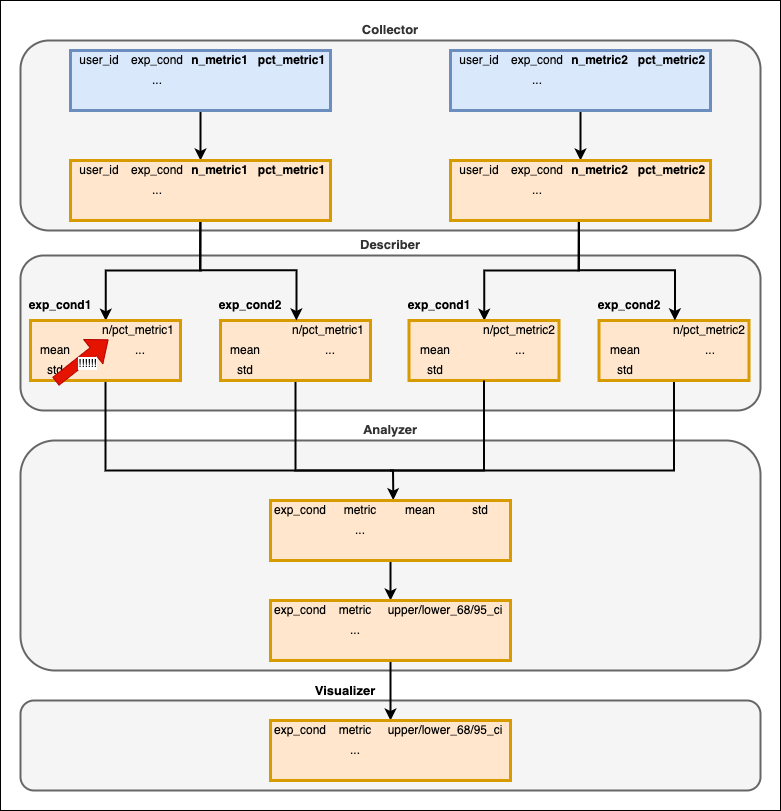
Above: images/data_arch.drawio.png in kylekovac/abautomator-swipe (draw.io), before the change. Source tidied: cells renumbered, new cells last; positions are measured from the earlier drawing's top-left corner, leaving out a move shared by most shapes.
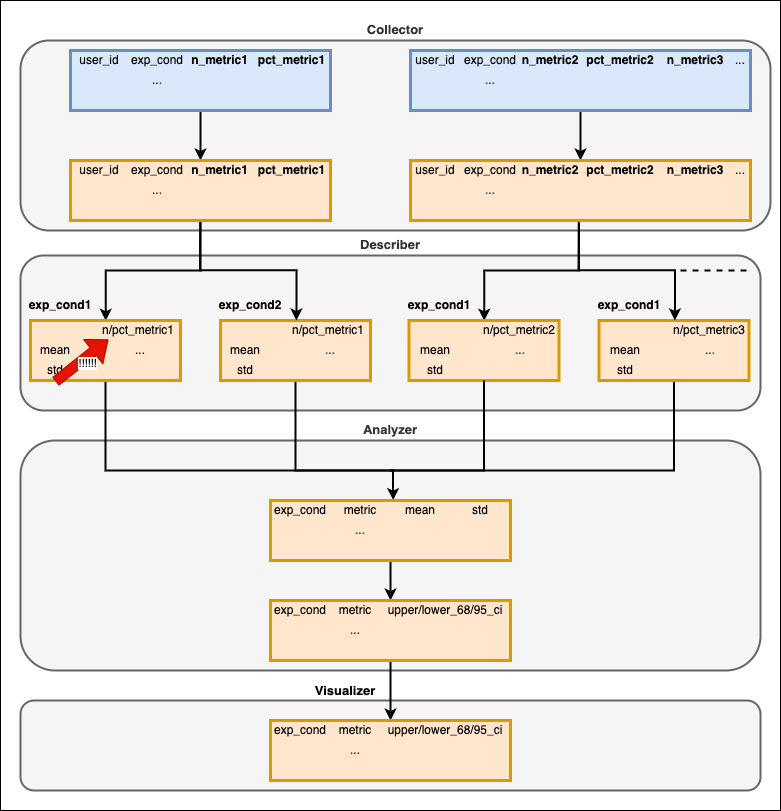
Above is the later version.

What changed in the source:
```diff
@@ -15,7 +15,7 @@
       <mxGeometry x="20" y="255" width="740" height="155" as="geometry" />
     </mxCell>
     <mxCell id="6" value="&lt;b&gt;&lt;font style=&quot;font-size: 13px&quot;&gt;Collector&lt;/font&gt;&lt;/b&gt;" style="rounded=1;whiteSpace=wrap;html=1;strokeColor=#666666;strokeWidth=2;labelPosition=center;verticalLabelPosition=top;align=center;verticalAlign=bottom;fillColor=#f5f5f5;fontColor=#333333;" parent="1" vertex="1">
-      <mxGeometry x="20" y="40" width="740" height="190" as="geometry" />
+      <mxGeometry x="20" y="40" width="750" height="190" as="geometry" />
     </mxCell>
     <mxCell id="7" style="edgeStyle=orthogonalEdgeStyle;rounded=0;jettySize=auto;html=1;entryX=0.502;entryY=0.012;entryDx=0;entryDy=0;entryPerimeter=0;strokeWidth=2;" parent="1" edge="1" target="10">
       <mxGeometry relative="1" as="geometry">
@@ -253,7 +253,7 @@
     <mxCell id="77" style="shape=partialRectangle;html=1;whiteSpace=wrap;fillColor=none;top=0;left=0;bottom=0;right=0;overflow=hidden;" parent="75" vertex="1">
       <mxGeometry x="52" width="20" height="20" as="geometry" />
     </mxCell>
-    <mxCell id="78" value="n/pct_metric2" style="shape=partialRectangle;html=1;whiteSpace=wrap;fillColor=none;top=0;left=0;bottom=0;right=0;overflow=hidden;align=left;" parent="75" vertex="1">
+    <mxCell id="78" value="n/pct_metric3" style="shape=partialRectangle;html=1;whiteSpace=wrap;fillColor=none;top=0;left=0;bottom=0;right=0;overflow=hidden;align=left;" parent="75" vertex="1">
       <mxGeometry x="72" width="78" height="20" as="geometry" />
     </mxCell>
     <mxCell id="79" style="shape=partialRectangle;html=1;whiteSpace=wrap;fillColor=none;top=0;left=0;bottom=0;right=0;" parent="74" vertex="1">
@@ -280,7 +280,7 @@
     <mxCell id="86" style="shape=partialRectangle;html=1;whiteSpace=wrap;fillColor=none;top=0;left=0;bottom=0;right=0;overflow=hidden;" parent="83" vertex="1">
       <mxGeometry x="72" width="78" height="20" as="geometry" />
     </mxCell>
-    <mxCell id="87" value="&lt;b&gt;exp_cond2&lt;/b&gt;" style="text;html=1;strokeColor=none;fillColor=none;align=center;verticalAlign=middle;whiteSpace=wrap;rounded=0;" parent="1" vertex="1">
+    <mxCell id="87" value="&lt;b&gt;exp_cond1&lt;/b&gt;" style="text;html=1;strokeColor=none;fillColor=none;align=center;verticalAlign=middle;whiteSpace=wrap;rounded=0;" parent="1" vertex="1">
       <mxGeometry x="598.5" y="290" width="60" height="30" as="geometry" />
     </mxCell>
     <mxCell id="88" style="edgeStyle=orthogonalEdgeStyle;rounded=0;jettySize=auto;html=1;entryX=0.506;entryY=-0.003;entryDx=0;entryDy=0;entryPerimeter=0;exitX=0.498;exitY=0.981;exitDx=0;exitDy=0;exitPerimeter=0;strokeWidth=2;" parent="1" edge="1" target="75">
@@ -441,105 +441,75 @@
     <mxCell id="137" style="shape=partialRectangle;html=1;whiteSpace=wrap;fillColor=none;top=0;left=0;bottom=0;right=0;overflow=hidden;" parent="133" vertex="1">
       <mxGeometry x="183" width="77" height="20" as="geometry" />
     </mxCell>
-    <mxCell id="138" style="edgeStyle=orthogonalEdgeStyle;rounded=0;jettySize=auto;html=1;strokeWidth=2;" parent="1" edge="1" source="139" target="155">
-      <mxGeometry relative="1" as="geometry" />
-    </mxCell>
+    <mxCell id="184" style="edgeStyle=orthogonalEdgeStyle;rounded=0;jettySize=auto;html=1;strokeWidth=2;" parent="1" edge="1" source="139" target="191">
+      <mxGeometry relative="1" as="geometry" />
+    </mxCell>
     <mxCell id="139" style="shape=table;html=1;whiteSpace=wrap;startSize=0;columnLines=0;rowLines=0;strokeWidth=3;fillColor=#dae8fc;strokeColor=#6c8ebf;" parent="1" vertex="1">
-      <mxGeometry x="450" y="50" width="260" height="60" as="geometry" />
+      <mxGeometry x="410" y="50" width="340" height="60" as="geometry" />
     </mxCell>
     <mxCell id="140" style="shape=partialRectangle;html=1;whiteSpace=wrap;fillColor=none;top=0;left=0;bottom=0;right=0;" parent="139" vertex="1">
-      <mxGeometry width="260" height="20" as="geometry" />
+      <mxGeometry width="340" height="20" as="geometry" />
     </mxCell>
     <mxCell id="141" value="user_id" style="shape=partialRectangle;html=1;whiteSpace=wrap;fillColor=none;top=0;left=0;bottom=0;right=0;overflow=hidden;" parent="140" vertex="1">
-      <mxGeometry width="58" height="20" as="geometry" />
+      <mxGeometry width="50" height="20" as="geometry" />
     </mxCell>
     <mxCell id="142" value="exp_cond" style="shape=partialRectangle;html=1;whiteSpace=wrap;fillColor=none;top=0;left=0;bottom=0;right=0;overflow=hidden;" parent="140" vertex="1">
-      <mxGeometry x="58" width="58" height="20" as="geometry" />
+      <mxGeometry x="50" width="60" height="20" as="geometry" />
     </mxCell>
     <mxCell id="143" value="&lt;b&gt;n_metric2&lt;/b&gt;" style="shape=partialRectangle;html=1;whiteSpace=wrap;fillColor=none;top=0;left=0;bottom=0;right=0;overflow=hidden;" parent="140" vertex="1">
-      <mxGeometry x="116" width="67" height="20" as="geometry" />
+      <mxGeometry x="110" width="60" height="20" as="geometry" />
     </mxCell>
     <mxCell id="144" value="&lt;b&gt;pct_metric2&lt;/b&gt;" style="shape=partialRectangle;html=1;whiteSpace=wrap;fillColor=none;top=0;left=0;bottom=0;right=0;overflow=hidden;" parent="140" vertex="1">
-      <mxGeometry x="183" width="77" height="20" as="geometry" />
+      <mxGeometry x="170" width="80" height="20" as="geometry" />
     </mxCell>
+    <mxCell id="185" value="&lt;b&gt;n_metric3&lt;/b&gt;" style="shape=partialRectangle;html=1;whiteSpace=wrap;fillColor=none;top=0;left=0;bottom=0;right=0;overflow=hidden;" parent="140" vertex="1">
+      <mxGeometry x="250" width="70" height="20" as="geometry" />
+    </mxCell>
+    <mxCell id="186" value="..." style="shape=partialRectangle;html=1;whiteSpace=wrap;fillColor=none;top=0;left=0;bottom=0;right=0;overflow=hidden;" parent="140" vertex="1">
+      <mxGeometry x="320" width="20" height="20" as="geometry" />
+    </mxCell>
     <mxCell id="145" style="shape=partialRectangle;html=1;whiteSpace=wrap;fillColor=none;top=0;left=0;bottom=0;right=0;" parent="139" vertex="1">
-      <mxGeometry y="20" width="260" height="20" as="geometry" />
+      <mxGeometry y="20" width="340" height="20" as="geometry" />
     </mxCell>
     <mxCell id="146" style="shape=partialRectangle;html=1;whiteSpace=wrap;fillColor=none;top=0;left=0;bottom=0;right=0;overflow=hidden;" parent="145" vertex="1">
-      <mxGeometry width="58" height="20" as="geometry" />
+      <mxGeometry width="50" height="20" as="geometry" />
     </mxCell>
     <mxCell id="147" value="..." style="shape=partialRectangle;html=1;whiteSpace=wrap;fillColor=none;top=0;left=0;bottom=0;right=0;overflow=hidden;strokeWidth=3;" parent="145" vertex="1">
-      <mxGeometry x="58" width="58" height="20" as="geometry" />
+      <mxGeometry x="50" width="60" height="20" as="geometry" />
     </mxCell>
     <mxCell id="148" style="shape=partialRectangle;html=1;whiteSpace=wrap;fillColor=none;top=0;left=0;bottom=0;right=0;overflow=hidden;" parent="145" vertex="1">
-      <mxGeometry x="116" width="67" height="20" as="geometry" />
+      <mxGeometry x="110" width="60" height="20" as="geometry" />
     </mxCell>
     <mxCell id="149" style="shape=partialRectangle;html=1;whiteSpace=wrap;fillColor=none;top=0;left=0;bottom=0;right=0;overflow=hidden;" parent="145" vertex="1">
-      <mxGeometry x="183" width="77" height="20" as="geometry" />
+      <mxGeometry x="170" width="80" height="20" as="geometry" />
     </mxCell>
+    <mxCell id="187" style="shape=partialRectangle;html=1;whiteSpace=wrap;fillColor=none;top=0;left=0;bottom=0;right=0;overflow=hidden;" parent="145" vertex="1">
+      <mxGeometry x="250" width="70" height="20" as="geometry" />
+    </mxCell>
+    <mxCell id="188" style="shape=partialRectangle;html=1;whiteSpace=wrap;fillColor=none;top=0;left=0;bottom=0;right=0;overflow=hidden;" parent="145" vertex="1">
+      <mxGeometry x="320" width="20" height="20" as="geometry" />
+    </mxCell>
     <mxCell id="150" style="shape=partialRectangle;html=1;whiteSpace=wrap;fillColor=none;top=0;left=0;bottom=0;right=0;" parent="139" vertex="1">
-      <mxGeometry y="40" width="260" height="20" as="geometry" />
+      <mxGeometry y="40" width="340" height="20" as="geometry" />
     </mxCell>
     <mxCell id="151" style="shape=partialRectangle;html=1;whiteSpace=wrap;fillColor=none;top=0;left=0;bottom=0;right=0;overflow=hidden;" parent="150" vertex="1">
-      <mxGeometry width="58" height="20" as="geometry" />
+      <mxGeometry width="50" height="20" as="geometry" />
     </mxCell>
     <mxCell id="152" style="shape=partialRectangle;html=1;whiteSpace=wrap;fillColor=none;top=0;left=0;bottom=0;right=0;overflow=hidden;" parent="150" vertex="1">
-      <mxGeometry x="58" width="58" height="20" as="geometry" />
+      <mxGeometry x="50" width="60" height="20" as="geometry" />
     </mxCell>
     <mxCell id="153" style="shape=partialRectangle;html=1;whiteSpace=wrap;fillColor=none;top=0;left=0;bottom=0;right=0;overflow=hidden;" parent="150" vertex="1">
-      <mxGeometry x="116" width="67" height="20" as="geometry" />
+      <mxGeometry x="110" width="60" height="20" as="geometry" />
     </mxCell>
     <mxCell id="154" style="shape=partialRectangle;html=1;whiteSpace=wrap;fillColor=none;top=0;left=0;bottom=0;right=0;overflow=hidden;" parent="150" vertex="1">
-      <mxGeometry x="183" width="77" height="20" as="geometry" />
+      <mxGeometry x="170" width="80" height="20" as="geometry" />
     </mxCell>
-    <mxCell id="155" style="shape=table;html=1;whiteSpace=wrap;startSize=0;columnLines=0;rowLines=0;strokeWidth=3;fillColor=#ffe6cc;strokeColor=#d79b00;" parent="1" vertex="1">
-      <mxGeometry x="450" y="160" width="260" height="60" as="geometry" />
-    </mxCell>
-    <mxCell id="156" style="shape=partialRectangle;html=1;whiteSpace=wrap;fillColor=none;top=0;left=0;bottom=0;right=0;" parent="155" vertex="1">
-      <mxGeometry width="260" height="20" as="geometry" />
-    </mxCell>
-    <mxCell id="157" value="user_id" style="shape=partialRectangle;html=1;whiteSpace=wrap;fillColor=none;top=0;left=0;bottom=0;right=0;overflow=hidden;" parent="156" vertex="1">
-      <mxGeometry width="58" height="20" as="geometry" />
-    </mxCell>
-    <mxCell id="158" value="exp_cond" style="shape=partialRectangle;html=1;whiteSpace=wrap;fillColor=none;top=0;left=0;bottom=0;right=0;overflow=hidden;" parent="156" vertex="1">
-      <mxGeometry x="58" width="58" height="20" as="geometry" />
-    </mxCell>
-    <mxCell id="159" value="&lt;b&gt;n_metric2&lt;/b&gt;" style="shape=partialRectangle;html=1;whiteSpace=wrap;fillColor=none;top=0;left=0;bottom=0;right=0;overflow=hidden;" parent="156" vertex="1">
-      <mxGeometry x="116" width="67" height="20" as="geometry" />
-    </mxCell>
-    <mxCell id="160" value="&lt;b&gt;pct_metric2&lt;/b&gt;" style="shape=partialRectangle;html=1;whiteSpace=wrap;fillColor=none;top=0;left=0;bottom=0;right=0;overflow=hidden;" parent="156" vertex="1">
-      <mxGeometry x="183" width="77" height="20" as="geometry" />
-    </mxCell>
-    <mxCell id="161" style="shape=partialRectangle;html=1;whiteSpace=wrap;fillColor=none;top=0;left=0;bottom=0;right=0;" parent="155" vertex="1">
-      <mxGeometry y="20" width="260" height="20" as="geometry" />
-    </mxCell>
-    <mxCell id="162" style="shape=partialRectangle;html=1;whiteSpace=wrap;fillColor=none;top=0;left=0;bottom=0;right=0;overflow=hidden;" parent="161" vertex="1">
-      <mxGeometry width="58" height="20" as="geometry" />
-    </mxCell>
-    <mxCell id="163" value="..." style="shape=partialRectangle;html=1;whiteSpace=wrap;fillColor=none;top=0;left=0;bottom=0;right=0;overflow=hidden;strokeWidth=3;" parent="161" vertex="1">
-      <mxGeometry x="58" width="58" height="20" as="geometry" />
-    </mxCell>
-    <mxCell id="164" style="shape=partialRectangle;html=1;whiteSpace=wrap;fillColor=none;top=0;left=0;bottom=0;right=0;overflow=hidden;" parent="161" vertex="1">
-      <mxGeometry x="116" width="67" height="20" as="geometry" />
-    </mxCell>
-    <mxCell id="165" style="shape=partialRectangle;html=1;whiteSpace=wrap;fillColor=none;top=0;left=0;bottom=0;right=0;overflow=hidden;" parent="161" vertex="1">
-      <mxGeometry x="183" width="77" height="20" as="geometry" />
-    </mxCell>
-    <mxCell id="166" style="shape=partialRectangle;html=1;whiteSpace=wrap;fillColor=none;top=0;left=0;bottom=0;right=0;" parent="155" vertex="1">
-      <mxGeometry y="40" width="260" height="20" as="geometry" />
-    </mxCell>
-    <mxCell id="167" style="shape=partialRectangle;html=1;whiteSpace=wrap;fillColor=none;top=0;left=0;bottom=0;right=0;overflow=hidden;" parent="166" vertex="1">
-      <mxGeometry width="58" height="20" as="geometry" />
-    </mxCell>
-    <mxCell id="168" style="shape=partialRectangle;html=1;whiteSpace=wrap;fillColor=none;top=0;left=0;bottom=0;right=0;overflow=hidden;" parent="166" vertex="1">
-      <mxGeometry x="58" width="58" height="20" as="geometry" />
-    </mxCell>
-    <mxCell id="169" style="shape=partialRectangle;html=1;whiteSpace=wrap;fillColor=none;top=0;left=0;bottom=0;right=0;overflow=hidden;" parent="166" vertex="1">
-      <mxGeometry x="116" width="67" height="20" as="geometry" />
-    </mxCell>
-    <mxCell id="170" style="shape=partialRectangle;html=1;whiteSpace=wrap;fillColor=none;top=0;left=0;bottom=0;right=0;overflow=hidden;" parent="166" vertex="1">
-      <mxGeometry x="183" width="77" height="20" as="geometry" />
-    </mxCell>
+    <mxCell id="189" style="shape=partialRectangle;html=1;whiteSpace=wrap;fillColor=none;top=0;left=0;bottom=0;right=0;overflow=hidden;" parent="150" vertex="1">
+      <mxGeometry x="250" width="70" height="20" as="geometry" />
+    </mxCell>
+    <mxCell id="190" style="shape=partialRectangle;html=1;whiteSpace=wrap;fillColor=none;top=0;left=0;bottom=0;right=0;overflow=hidden;" parent="150" vertex="1">
+      <mxGeometry x="320" width="20" height="20" as="geometry" />
+    </mxCell>
     <mxCell id="171" style="shape=table;html=1;whiteSpace=wrap;startSize=0;columnLines=0;rowLines=0;strokeWidth=3;fillColor=#ffe6cc;strokeColor=#d79b00;" parent="1" vertex="1">
       <mxGeometry x="270" y="720" width="240" height="60" as="geometry" />
     </mxCell>
@@ -579,5 +549,77 @@
     <mxCell id="183" style="shape=partialRectangle;html=1;whiteSpace=wrap;fillColor=none;top=0;left=0;bottom=0;right=0;overflow=hidden;" parent="180" vertex="1">
       <mxGeometry x="110" width="130" height="20" as="geometry" />
     </mxCell>
+    <mxCell id="191" style="shape=table;html=1;whiteSpace=wrap;startSize=0;columnLines=0;rowLines=0;strokeWidth=3;fillColor=#ffe6cc;strokeColor=#d79b00;" parent="1" vertex="1">
+      <mxGeometry x="410" y="160" width="340" height="60" as="geometry" />
+    </mxCell>
+    <mxCell id="192" style="shape=partialRectangle;html=1;whiteSpace=wrap;fillColor=none;top=0;left=0;bottom=0;right=0;" parent="191" vertex="1">
+      <mxGeometry width="340" height="20" as="geometry" />
+    </mxCell>
+    <mxCell id="157" value="user_id" style="shape=partialRectangle;html=1;whiteSpace=wrap;fillColor=none;top=0;left=0;bottom=0;right=0;overflow=hidden;" parent="192" vertex="1">
+      <mxGeometry width="50" height="20" as="geometry" />
+    </mxCell>
+    <mxCell id="158" value="exp_cond" style="shape=partialRectangle;html=1;whiteSpace=wrap;fillColor=none;top=0;left=0;bottom=0;right=0;overflow=hidden;" parent="192" vertex="1">
+      <mxGeometry x="50" width="60" height="20" as="geometry" />
+    </mxCell>
+    <mxCell id="159" value="&lt;b&gt;n_metric2&lt;/b&gt;" style="shape=partialRectangle;html=1;whiteSpace=wrap;fillColor=none;top=0;left=0;bottom=0;right=0;overflow=hidden;" parent="192" vertex="1">
+      <mxGeometry x="110" width="60" height="20" as="geometry" />
+    </mxCell>
+    <mxCell id="160" value="&lt;b&gt;pct_metric2&lt;/b&gt;" style="shape=partialRectangle;html=1;whiteSpace=wrap;fillColor=none;top=0;left=0;bottom=0;right=0;overflow=hidden;" parent="192" vertex="1">
+      <mxGeometry x="170" width="80" height="20" as="geometry" />
+    </mxCell>
+    <mxCell id="193" value="&lt;b&gt;n_metric3&lt;/b&gt;" style="shape=partialRectangle;html=1;whiteSpace=wrap;fillColor=none;top=0;left=0;bottom=0;right=0;overflow=hidden;" parent="192" vertex="1">
+      <mxGeometry x="250" width="70" height="20" as="geometry" />
+    </mxCell>
+    <mxCell id="194" value="..." style="shape=partialRectangle;html=1;whiteSpace=wrap;fillColor=none;top=0;left=0;bottom=0;right=0;overflow=hidden;" parent="192" vertex="1">
+      <mxGeometry x="320" width="20" height="20" as="geometry" />
+    </mxCell>
+    <mxCell id="195" style="shape=partialRectangle;html=1;whiteSpace=wrap;fillColor=none;top=0;left=0;bottom=0;right=0;" parent="191" vertex="1">
+      <mxGeometry y="20" width="340" height="20" as="geometry" />
+    </mxCell>
+    <mxCell id="196" style="shape=partialRectangle;html=1;whiteSpace=wrap;fillColor=none;top=0;left=0;bottom=0;right=0;overflow=hidden;" parent="195" vertex="1">
+      <mxGeometry width="50" height="20" as="geometry" />
+    </mxCell>
+    <mxCell id="163" value="..." style="shape=partialRectangle;html=1;whiteSpace=wrap;fillColor=none;top=0;left=0;bottom=0;right=0;overflow=hidden;strokeWidth=3;" parent="195" vertex="1">
+      <mxGeometry x="50" width="60" height="20" as="geometry" />
+    </mxCell>
+    <mxCell id="197" style="shape=partialRectangle;html=1;whiteSpace=wrap;fillColor=none;top=0;left=0;bottom=0;right=0;overflow=hidden;" parent="195" vertex="1">
+      <mxGeometry x="110" width="60" height="20" as="geometry" />
+    </mxCell>
+    <mxCell id="198" style="shape=partialRectangle;html=1;whiteSpace=wrap;fillColor=none;top=0;left=0;bottom=0;right=0;overflow=hidden;" parent="195" vertex="1">
+      <mxGeometry x="170" width="80" height="20" as="geometry" />
+    </mxCell>
+    <mxCell id="199" style="shape=partialRectangle;html=1;whiteSpace=wrap;fillColor=none;top=0;left=0;bottom=0;right=0;overflow=hidden;" parent="195" vertex="1">
+      <mxGeometry x="250" width="70" height="20" as="geometry" />
+    </mxCell>
+    <mxCell id="200" style="shape=partialRectangle;html=1;whiteSpace=wrap;fillColor=none;top=0;left=0;bottom=0;right=0;overflow=hidden;" parent="195" vertex="1">
+      <mxGeometry x="320" width="20" height="20" as="geometry" />
+    </mxCell>
+    <mxCell id="201" style="shape=partialRectangle;html=1;whiteSpace=wrap;fillColor=none;top=0;left=0;bottom=0;right=0;" parent="191" vertex="1">
+      <mxGeometry y="40" width="340" height="20" as="geometry" />
+    </mxCell>
+    <mxCell id="202" style="shape=partialRectangle;html=1;whiteSpace=wrap;fillColor=none;top=0;left=0;bottom=0;right=0;overflow=hidden;" parent="201" vertex="1">
+      <mxGeometry width="50" height="20" as="geometry" />
+    </mxCell>
+    <mxCell id="203" style="shape=partialRectangle;html=1;whiteSpace=wrap;fillColor=none;top=0;left=0;bottom=0;right=0;overflow=hidden;" parent="201" vertex="1">
+      <mxGeometry x="50" width="60" height="20" as="geometry" />
+    </mxCell>
+    <mxCell id="204" style="shape=partialRectangle;html=1;whiteSpace=wrap;fillColor=none;top=0;left=0;bottom=0;right=0;overflow=hidden;" parent="201" vertex="1">
+      <mxGeometry x="110" width="60" height="20" as="geometry" />
+    </mxCell>
+    <mxCell id="205" style="shape=partialRectangle;html=1;whiteSpace=wrap;fillColor=none;top=0;left=0;bottom=0;right=0;overflow=hidden;" parent="201" vertex="1">
+      <mxGeometry x="170" width="80" height="20" as="geometry" />
+    </mxCell>
+    <mxCell id="206" style="shape=partialRectangle;html=1;whiteSpace=wrap;fillColor=none;top=0;left=0;bottom=0;right=0;overflow=hidden;" parent="201" vertex="1">
+      <mxGeometry x="250" width="70" height="20" as="geometry" />
+    </mxCell>
+    <mxCell id="207" style="shape=partialRectangle;html=1;whiteSpace=wrap;fillColor=none;top=0;left=0;bottom=0;right=0;overflow=hidden;" parent="201" vertex="1">
+      <mxGeometry x="320" width="20" height="20" as="geometry" />
+    </mxCell>
+    <mxCell id="208" style="edgeStyle=orthogonalEdgeStyle;rounded=0;orthogonalLoop=1;jettySize=auto;html=1;strokeWidth=2;endArrow=none;endFill=0;dashed=1;" parent="1" edge="1">
+      <mxGeometry relative="1" as="geometry">
+        <mxPoint x="680" y="270" as="sourcePoint" />
+        <mxPoint x="747.9" y="270" as="targetPoint" />
+      </mxGeometry>
+    </mxCell>
   </root>
 </mxGraphModel>
```
